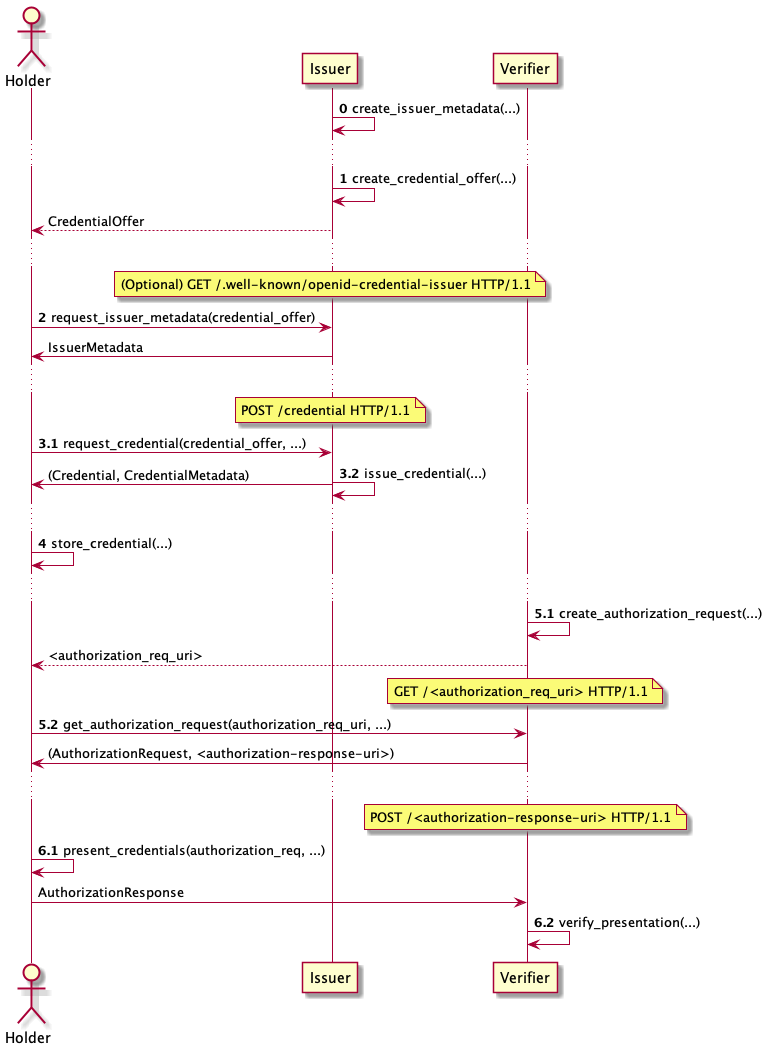
Earlier version of the PlantUML export docs/facade-oid4vc.png (equs-ai/equs-credentials-sdk).
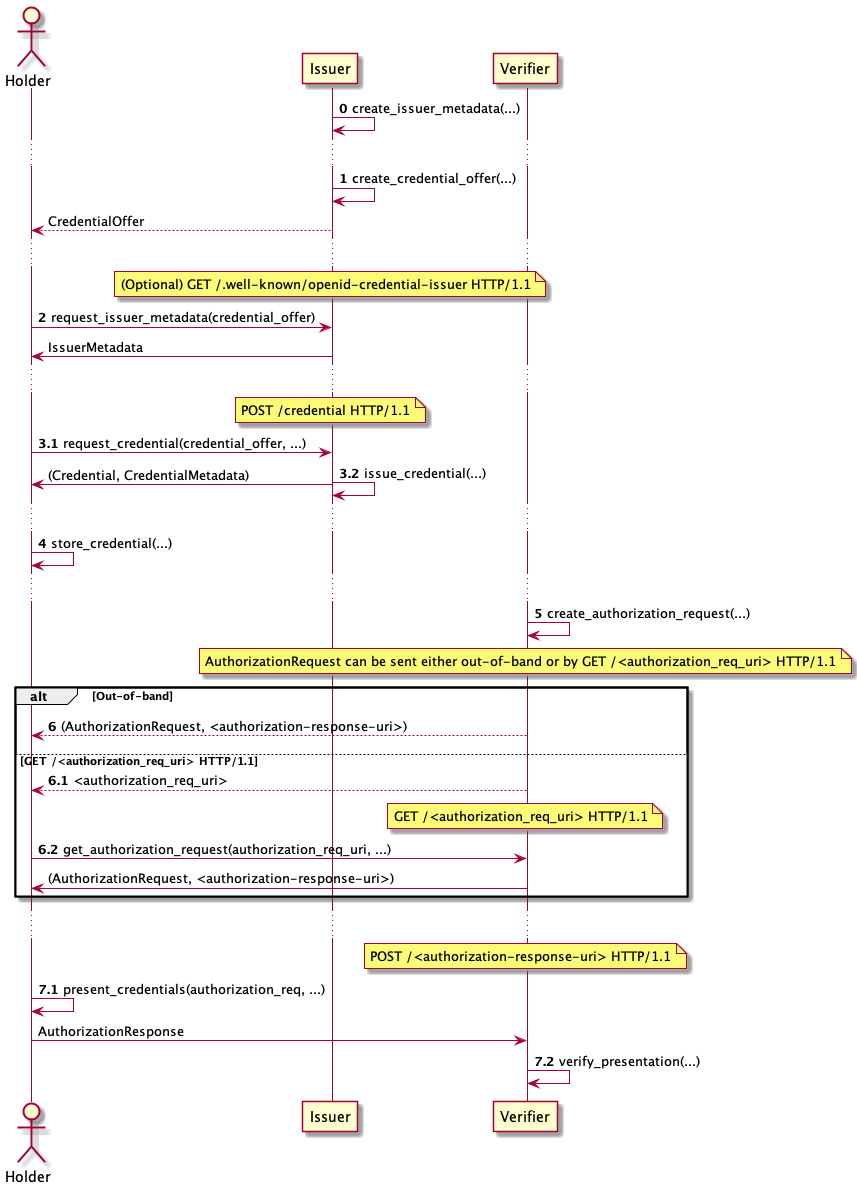
The same diagram one commit later.

Commit message:
ASDK-4: updated Facade API calls and sequence diagrams: Made Step 6 in OID4VC Facade optional

The edit, as a diff of the source:
```diff
@@ -41,24 +41,30 @@
 
 ...
 
-autonumber 5.1
+autonumber 5
 V -> V: create_authorization_request(...)
-autonumber stop
+
+note over V: AuthorizationRequest can be sent either out-of-band or by GET /<authorization_req_uri> HTTP/1.1
+alt Out-of-band
+V --> H: (AuthorizationRequest, <authorization-response-uri>)
+else GET /<authorization_req_uri> HTTP/1.1
+autonumber 6.1
 V --> H: <authorization_req_uri>
 note over V: GET /<authorization_req_uri> HTTP/1.1
-autonumber 5.2
+autonumber 6.2
 H -> V: get_authorization_request(authorization_req_uri, ...)
 autonumber stop
 V -> H: (AuthorizationRequest, <authorization-response-uri>)
+end
 
 ...
 
-autonumber 6.1
+autonumber 7.1
 note over V: POST /<authorization-response-uri> HTTP/1.1
 H -> H: present_credentials(authorization_req, ...)
 autonumber stop
 H -> V: AuthorizationResponse
-autonumber 6.2
+autonumber 7.2
 V -> V: verify_presentation(...)
 
 
```
